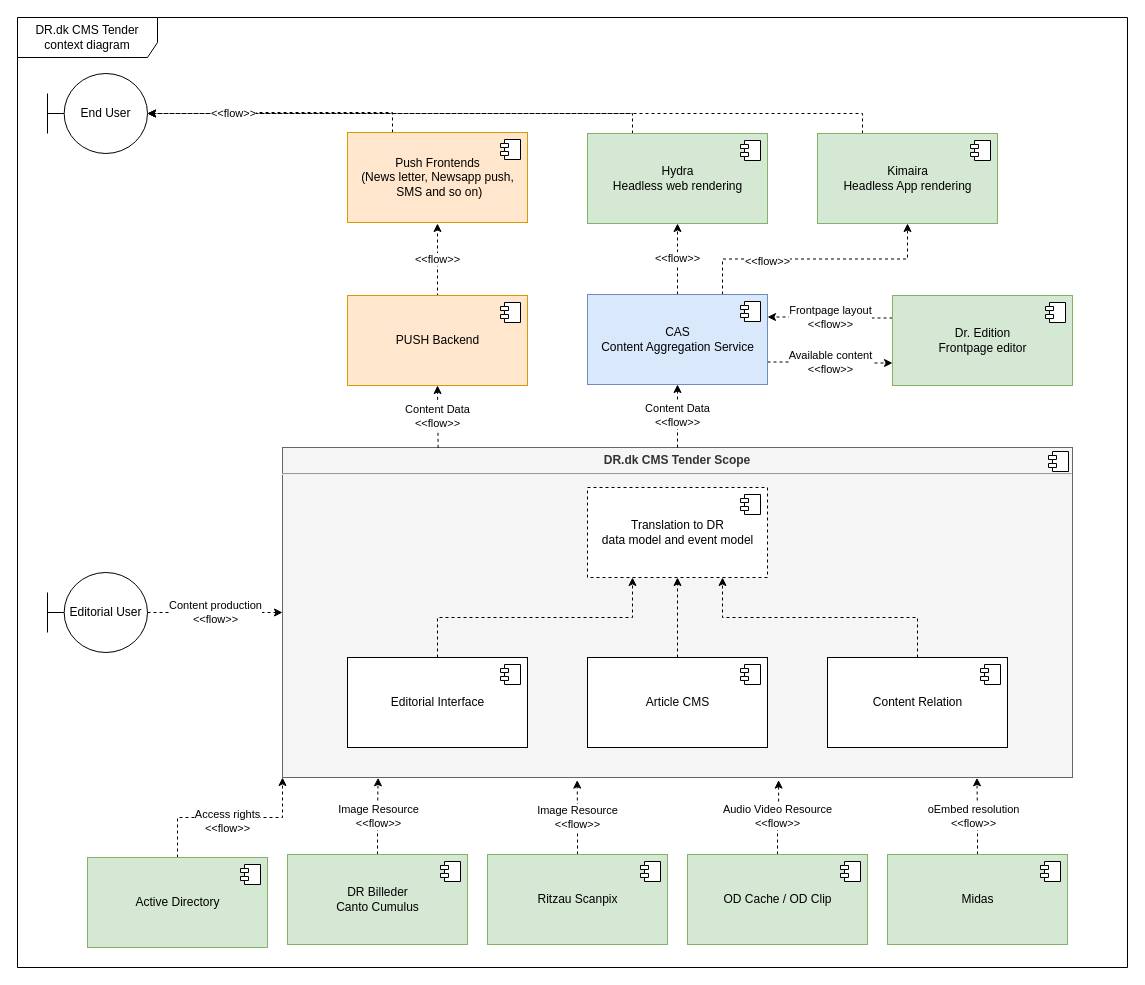
Earlier version of the draw.io diagram draw-io/CMS and related components.drawio (drdkjtop/arkitektur). Source tidied: cells renumbered, new cells numbered last; positions are measured from the earlier drawing's top-left corner, leaving out a move shared by most shapes. Both pictures are drawn from the tidied source at 100%, with x=0, y=0 at pixel (17, 17).
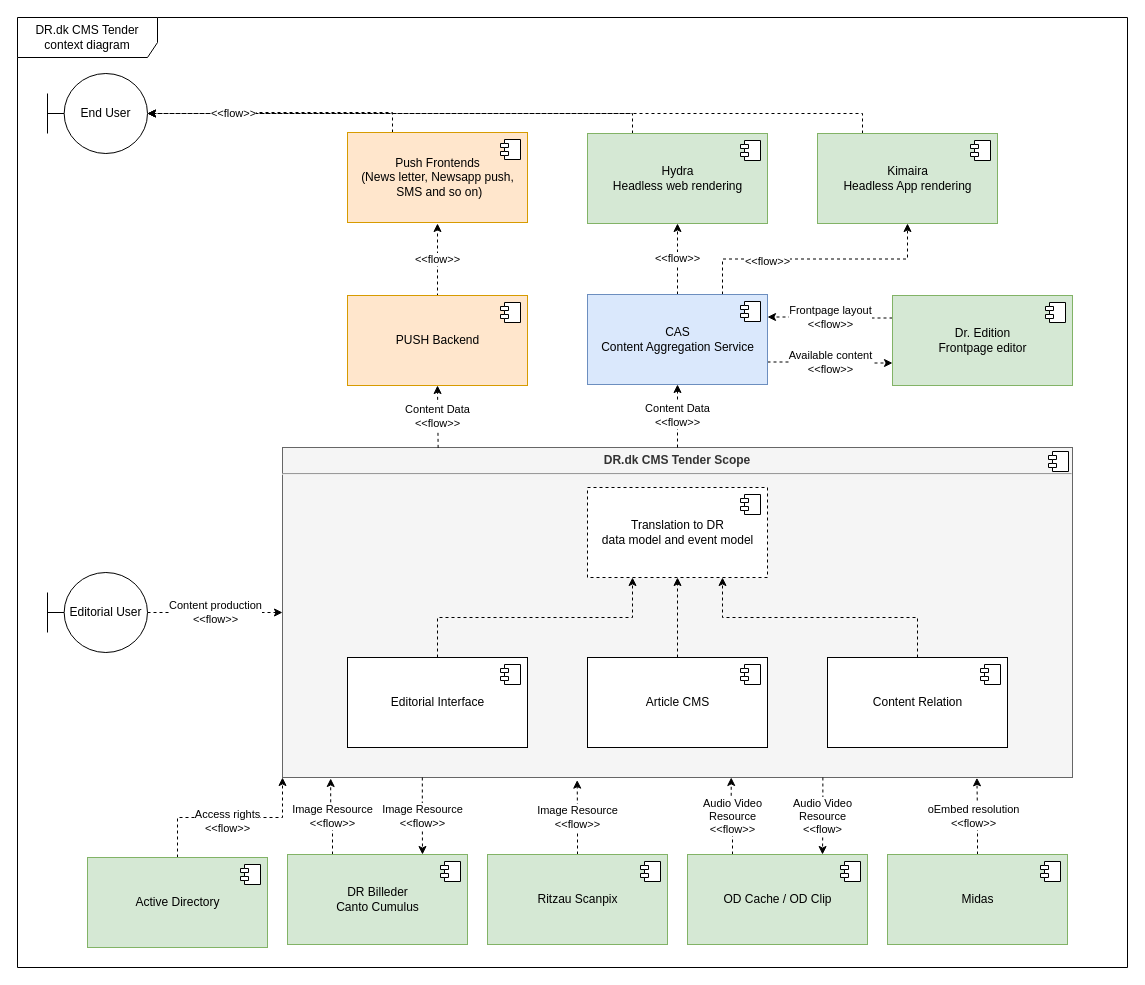
The same diagram, later.

Commit message:
bi directional flows on audio/video and image ressource

The change refers to these unchanged cells:
```xml
<mxCell id="6" value="&lt;p style=&quot;margin: 0px ; margin-top: 6px ; text-align: center&quot;&gt;&lt;b&gt;DR.dk CMS Tender Scope&lt;/b&gt;&lt;/p&gt;&lt;hr&gt;&lt;p style=&quot;margin: 0px ; margin-left: 8px&quot;&gt;&lt;br&gt;&lt;/p&gt;" style="align=left;overflow=fill;html=1;fillColor=#f5f5f5;fontColor=#333333;strokeColor=#666666;" parent="1" vertex="1">
  <mxGeometry x="265" y="430" width="790" height="330" as="geometry" />
</mxCell>
<mxCell id="18" value="DR Billeder&lt;br&gt;Canto Cumulus" style="html=1;fillColor=#d5e8d4;strokeColor=#82b366;" parent="1" vertex="1">
  <mxGeometry x="270" y="837" width="180" height="90" as="geometry" />
</mxCell>
<mxCell id="24" value="OD Cache / OD Clip" style="html=1;fillColor=#d5e8d4;strokeColor=#82b366;" parent="1" vertex="1">
  <mxGeometry x="670" y="837" width="180" height="90" as="geometry" />
</mxCell>
```

Change to the diagram source:
```diff
@@
-    <mxCell id="17" value="Image Resource&lt;br&gt;&amp;lt;&amp;lt;flow&amp;gt;&amp;gt;" style="edgeStyle=orthogonalEdgeStyle;rounded=0;jettySize=auto;html=1;exitX=0.5;exitY=0;exitDx=0;exitDy=0;entryX=0.121;entryY=1.001;entryDx=0;entryDy=0;entryPerimeter=0;dashed=1;" parent="1" edge="1" source="18" target="6">
+    <mxCell id="17" value="Image Resource&lt;br&gt;&amp;lt;&amp;lt;flow&amp;gt;&amp;gt;" style="edgeStyle=orthogonalEdgeStyle;rounded=0;jettySize=auto;html=1;exitX=0.25;exitY=0;exitDx=0;exitDy=0;dashed=1;entryX=0.061;entryY=1.003;entryDx=0;entryDy=0;entryPerimeter=0;" parent="1" edge="1" source="18" target="6">
       <mxGeometry relative="1" as="geometry" />
     </mxCell>
+    <mxCell id="61" value="Image Resource&lt;br&gt;&amp;lt;&amp;lt;flow&amp;gt;&amp;gt;" style="edgeStyle=orthogonalEdgeStyle;rounded=0;jettySize=auto;html=1;exitX=0.177;exitY=1;exitDx=0;exitDy=0;entryX=0.75;entryY=0;entryDx=0;entryDy=0;dashed=1;exitPerimeter=0;" parent="1" edge="1" source="6" target="18">
+      <mxGeometry relative="1" as="geometry" />
+    </mxCell>
@@
-    <mxCell id="23" value="Audio Video Resource&lt;br&gt;&amp;lt;&amp;lt;flow&amp;gt;&amp;gt;" style="edgeStyle=orthogonalEdgeStyle;rounded=0;jettySize=auto;html=1;exitX=0.5;exitY=0;exitDx=0;exitDy=0;entryX=0.628;entryY=1.008;entryDx=0;entryDy=0;entryPerimeter=0;dashed=1;" parent="1" edge="1" source="24" target="6">
+    <mxCell id="23" value="Audio Video &lt;br&gt;Resource&lt;br&gt;&amp;lt;&amp;lt;flow&amp;gt;&amp;gt;" style="edgeStyle=orthogonalEdgeStyle;rounded=0;jettySize=auto;html=1;exitX=0.25;exitY=0;exitDx=0;exitDy=0;entryX=0.568;entryY=1;entryDx=0;entryDy=0;entryPerimeter=0;dashed=1;" parent="1" edge="1" source="24" target="6">
       <mxGeometry relative="1" as="geometry" />
     </mxCell>
+    <mxCell id="62" value="Audio Video &lt;br&gt;Resource&lt;br&gt;&amp;lt;&amp;lt;flow&amp;gt;" style="edgeStyle=orthogonalEdgeStyle;rounded=0;jettySize=auto;html=1;exitX=0.684;exitY=1;exitDx=0;exitDy=0;entryX=0.75;entryY=0;entryDx=0;entryDy=0;dashed=1;exitPerimeter=0;" parent="1" edge="1" source="6" target="24">
+      <mxGeometry relative="1" as="geometry" />
+    </mxCell>
```
